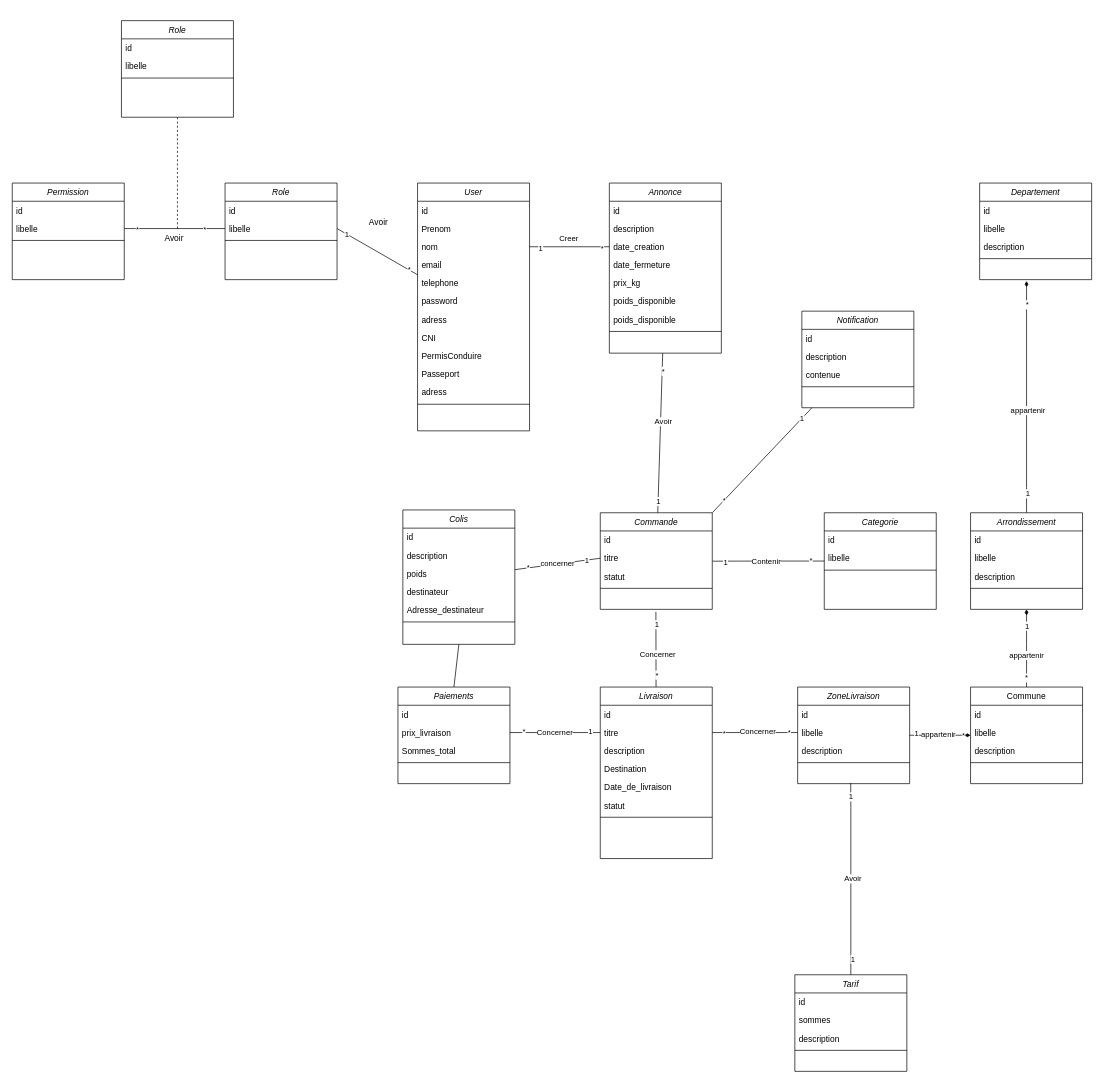
The draw.io diagram page "DiagrammeDeClasses" (1 of 6) of Diagramme sans nom.drawio in BounAbdallah/tuto, before the edit. Source tidied: cells renumbered, new cells numbered last; positions are measured from the earlier drawing's top-left corner, leaving out a move shared by most shapes. Both pictures are drawn from the tidied source at 70%, with x=0, y=0 at pixel (12, 20).
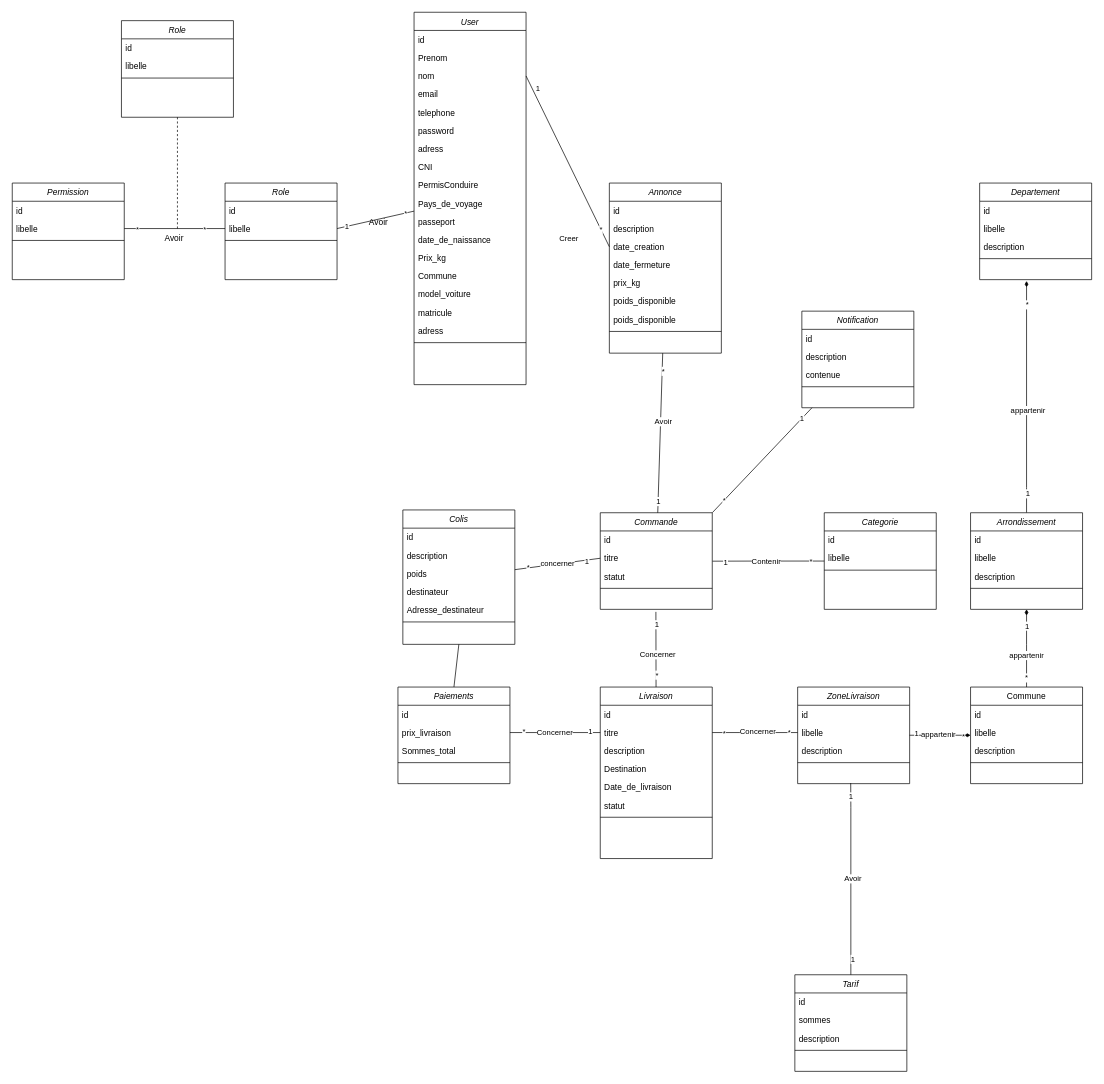
Above is the later version.

The change refers to these unchanged cells:
```xml
<mxCell id="93" value="nom" style="text;align=left;verticalAlign=top;spacingLeft=4;spacingRight=4;overflow=hidden;points=[[0,0.5],[1,0.5]];portConstraint=eastwest;rounded=0;shadow=0;html=0;" parent="90" vertex="1">
  <mxGeometry y="78" width="160" height="26" as="geometry" />
</mxCell>
<mxCell id="118" value="date_creation" style="text;align=left;verticalAlign=top;spacingLeft=4;spacingRight=4;overflow=hidden;points=[[0,0.5],[1,0.5]];portConstraint=eastwest;rounded=0;shadow=0;html=0;" parent="115" vertex="1">
  <mxGeometry y="78" width="160" height="26" as="geometry" />
</mxCell>
```

Change to the diagram source:
```diff
@@
     <mxCell id="90" value="User" style="swimlane;fontStyle=2;align=center;verticalAlign=top;horizontal=1;startSize=26;rounded=0;shadow=0;strokeWidth=1;" parent="1" vertex="1">
-      <mxGeometry x="579" y="232" width="160" height="354" as="geometry" />
+      <mxGeometry x="574" y="-12" width="160" height="532" as="geometry" />
     </mxCell>
@@
-    <mxCell id="100" value="Passeport" style="text;align=left;verticalAlign=top;spacingLeft=4;spacingRight=4;overflow=hidden;rounded=0;shadow=0;html=0;" parent="90" vertex="1">
+    <mxCell id="100" value="Pays_de_voyage" style="text;align=left;verticalAlign=top;spacingLeft=4;spacingRight=4;overflow=hidden;rounded=0;shadow=0;html=0;" parent="90" vertex="1">
       <mxGeometry y="260" width="160" height="26" as="geometry" />
     </mxCell>
-    <mxCell id="101" value="adress" style="text;align=left;verticalAlign=top;spacingLeft=4;spacingRight=4;overflow=hidden;rounded=0;shadow=0;html=0;" parent="90" vertex="1">
+    <mxCell id="101" value="passeport" style="text;align=left;verticalAlign=top;spacingLeft=4;spacingRight=4;overflow=hidden;rounded=0;shadow=0;html=0;" parent="90" vertex="1">
       <mxGeometry y="286" width="160" height="26" as="geometry" />
     </mxCell>
+    <mxCell id="151" value="date_de_naissance" style="text;align=left;verticalAlign=top;spacingLeft=4;spacingRight=4;overflow=hidden;rounded=0;shadow=0;html=0;" parent="90" vertex="1">
+      <mxGeometry y="312" width="160" height="26" as="geometry" />
+    </mxCell>
+    <mxCell id="152" value="Prix_kg" style="text;align=left;verticalAlign=top;spacingLeft=4;spacingRight=4;overflow=hidden;rounded=0;shadow=0;html=0;" parent="90" vertex="1">
+      <mxGeometry y="338" width="160" height="26" as="geometry" />
+    </mxCell>
+    <mxCell id="153" value="Commune" style="text;align=left;verticalAlign=top;spacingLeft=4;spacingRight=4;overflow=hidden;rounded=0;shadow=0;html=0;" parent="90" vertex="1">
+      <mxGeometry y="364" width="160" height="26" as="geometry" />
+    </mxCell>
+    <mxCell id="154" value="model_voiture" style="text;align=left;verticalAlign=top;spacingLeft=4;spacingRight=4;overflow=hidden;rounded=0;shadow=0;html=0;" parent="90" vertex="1">
+      <mxGeometry y="390" width="160" height="26" as="geometry" />
+    </mxCell>
+    <mxCell id="155" value="matricule" style="text;align=left;verticalAlign=top;spacingLeft=4;spacingRight=4;overflow=hidden;rounded=0;shadow=0;html=0;" parent="90" vertex="1">
+      <mxGeometry y="416" width="160" height="26" as="geometry" />
+    </mxCell>
+    <mxCell id="156" value="adress" style="text;align=left;verticalAlign=top;spacingLeft=4;spacingRight=4;overflow=hidden;rounded=0;shadow=0;html=0;" parent="90" vertex="1">
+      <mxGeometry y="442" width="160" height="26" as="geometry" />
+    </mxCell>
     <mxCell id="102" style="line;html=1;strokeWidth=1;align=left;verticalAlign=middle;spacingTop=-1;spacingLeft=3;spacingRight=3;labelPosition=right;" parent="90" vertex="1">
-      <mxGeometry y="312" width="160" height="8" as="geometry" />
+      <mxGeometry y="468" width="160" height="8" as="geometry" />
     </mxCell>
@@
-    <mxCell id="124" style="edgeStyle=orthogonalEdgeStyle;rounded=0;jettySize=auto;html=1;exitX=1;exitY=0.5;exitDx=0;exitDy=0;entryX=0;entryY=0.5;entryDx=0;entryDy=0;endArrow=none;endFill=0;" parent="1" edge="1" source="93" target="118">
+    <mxCell id="124" style="rounded=0;jettySize=auto;html=1;exitX=1;exitY=0.5;exitDx=0;exitDy=0;entryX=0;entryY=0.5;entryDx=0;entryDy=0;endArrow=none;endFill=0;" parent="1" edge="1" source="93" target="118">
       <mxGeometry relative="1" as="geometry" />
     </mxCell>
```
